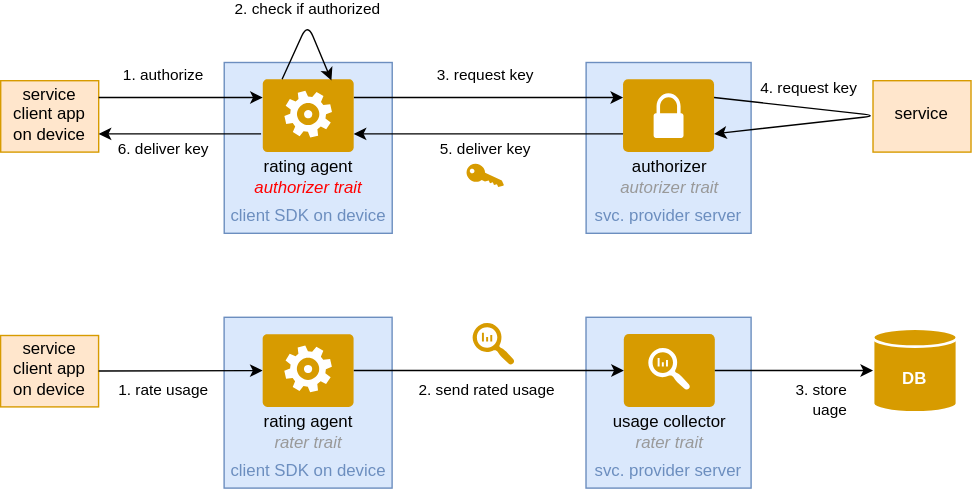
The draw.io diagram src/contract-agent-detailed.drawio.svg in distributed-it-for-telco/distributed-rating-doc, before a commit. Source tidied: cells renumbered, new cells last; positions are measured from the earlier drawing's top-left corner, leaving out a move shared by most shapes.
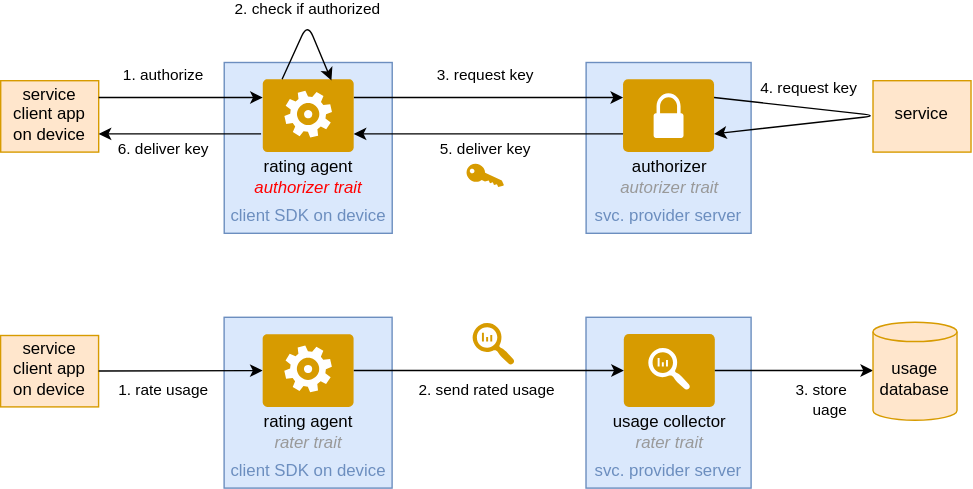
Later version of the same file.

Commit message:
clearer convention

Change to the diagram source:
```diff
@@ -59,11 +59,10 @@
     <mxCell id="18" value="usage collector&lt;br&gt;&lt;i&gt;&lt;font color=&quot;#999999&quot;&gt;rater trait&lt;/font&gt;&lt;/i&gt;" style="text;html=1;strokeColor=none;fillColor=none;align=center;verticalAlign=middle;whiteSpace=wrap;rounded=0;" parent="1" vertex="1">
       <mxGeometry x="434.6" y="277" width="86" height="30" as="geometry" />
     </mxCell>
-    <mxCell id="19" value="DB" style="shape=cylinder3;whiteSpace=wrap;html=1;boundedLbl=1;backgroundOutline=1;size=6.482758620689708;fillColor=#D79B00;strokeColor=#FFFFFF;strokeWidth=2;fontColor=#FFFFFF;fontStyle=1;" parent="1" vertex="1">
-      <mxGeometry x="623.1" y="218" width="60" height="60" as="geometry" />
-    </mxCell>
-    <mxCell id="20" value="3. store&lt;br&gt;&lt;div style=&quot;text-align: right&quot;&gt;uage&lt;/div&gt;" style="endArrow=classic;html=1;exitX=1;exitY=0.5;exitDx=0;exitDy=0;" parent="1" edge="1" source="14" target="19">
-      <mxGeometry x="0.35" y="-21" relative="1" as="geometry" />
+    <mxCell id="20" value="3. store&lt;br&gt;&lt;div style=&quot;text-align: right&quot;&gt;uage&lt;/div&gt;" style="endArrow=classic;html=1;exitX=1;exitY=0.5;exitDx=0;exitDy=0;" parent="1" edge="1" source="14">
+      <mxGeometry x="0.35" y="-21" relative="1" as="geometry">
+        <mxPoint x="623.1" y="248" as="targetPoint" />
+      </mxGeometry>
     </mxCell>
     <mxCell id="21" value="service client app&lt;br&gt;on device" style="rounded=0;whiteSpace=wrap;html=1;fillColor=#ffe6cc;strokeColor=#d79b00;verticalAlign=bottom;spacingBottom=3;" parent="1" vertex="1">
       <mxGeometry x="-0.1" y="223" width="70" height="51" as="geometry" />
@@ -133,5 +132,8 @@
         <mxPoint x="186" y="79" as="targetPoint" />
       </mxGeometry>
     </mxCell>
+    <mxCell id="38" value="usage&lt;br&gt;database" style="shape=cylinder3;whiteSpace=wrap;html=1;boundedLbl=1;backgroundOutline=1;size=6.904761904761841;fillColor=#ffe6cc;strokeColor=#d79b00;verticalAlign=middle;" parent="1" vertex="1">
+      <mxGeometry x="623.1" y="213.5" width="60" height="70" as="geometry" />
+    </mxCell>
   </root>
 </mxGraphModel>
```
